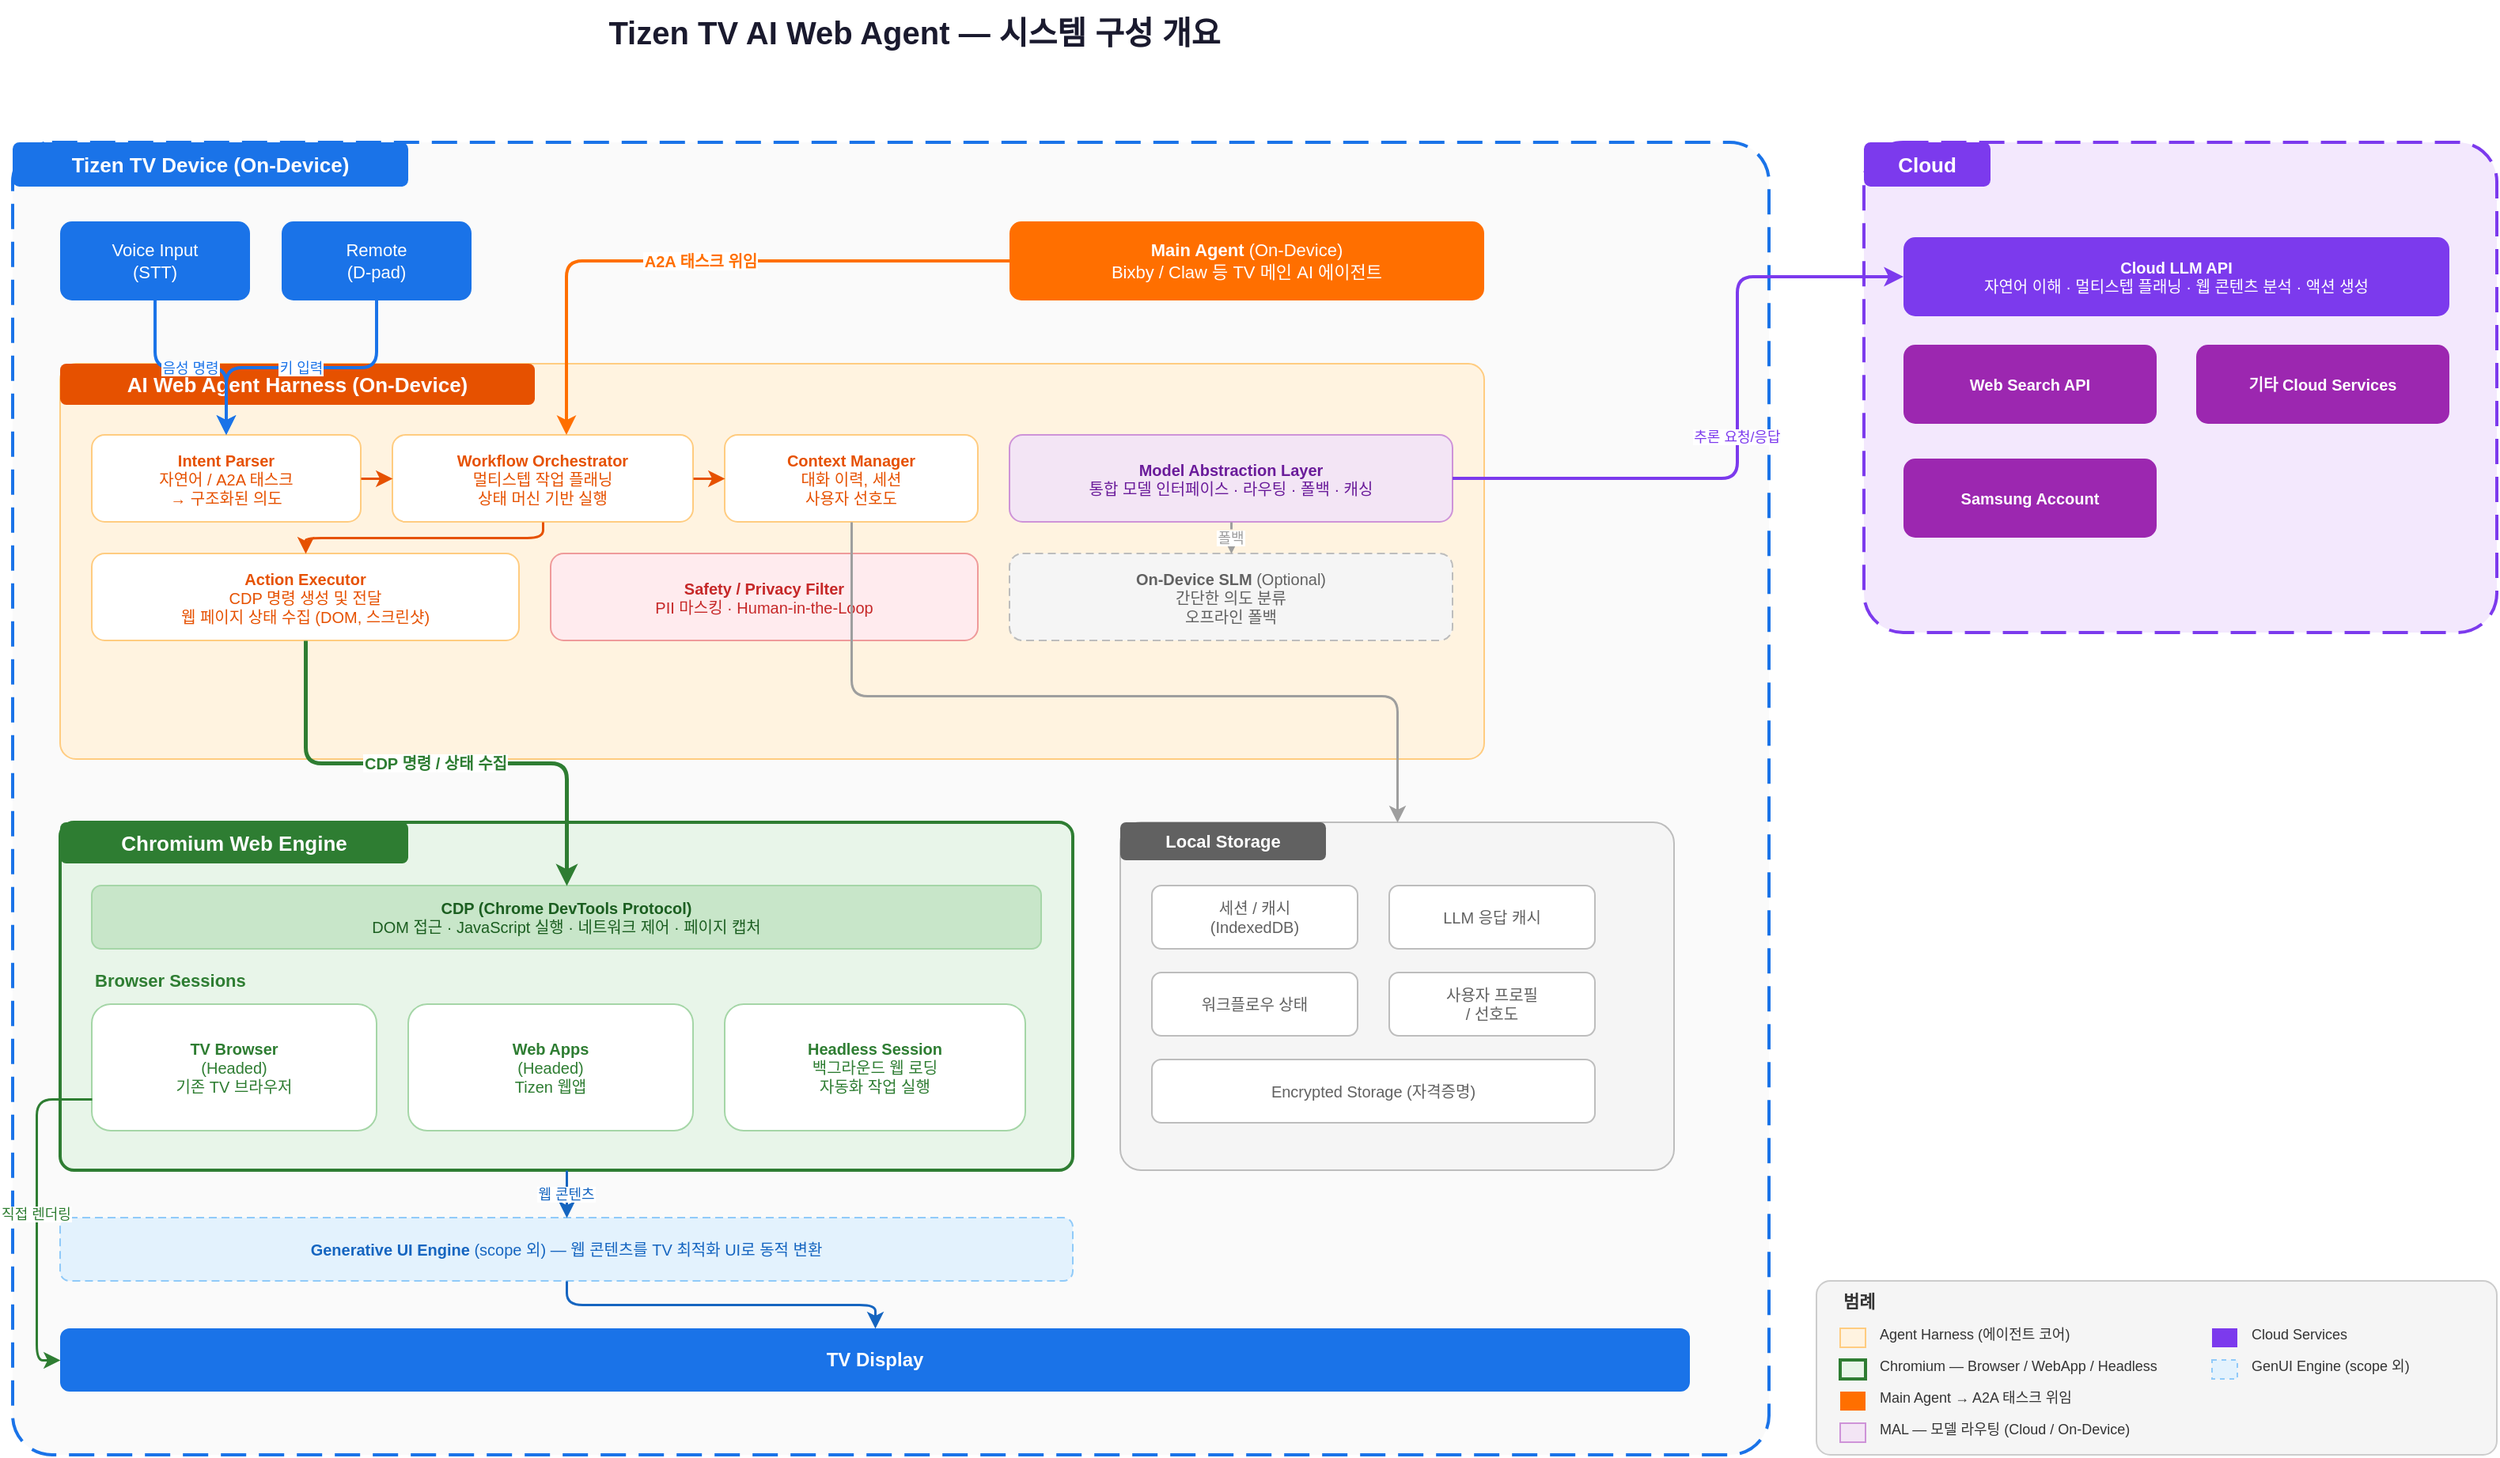
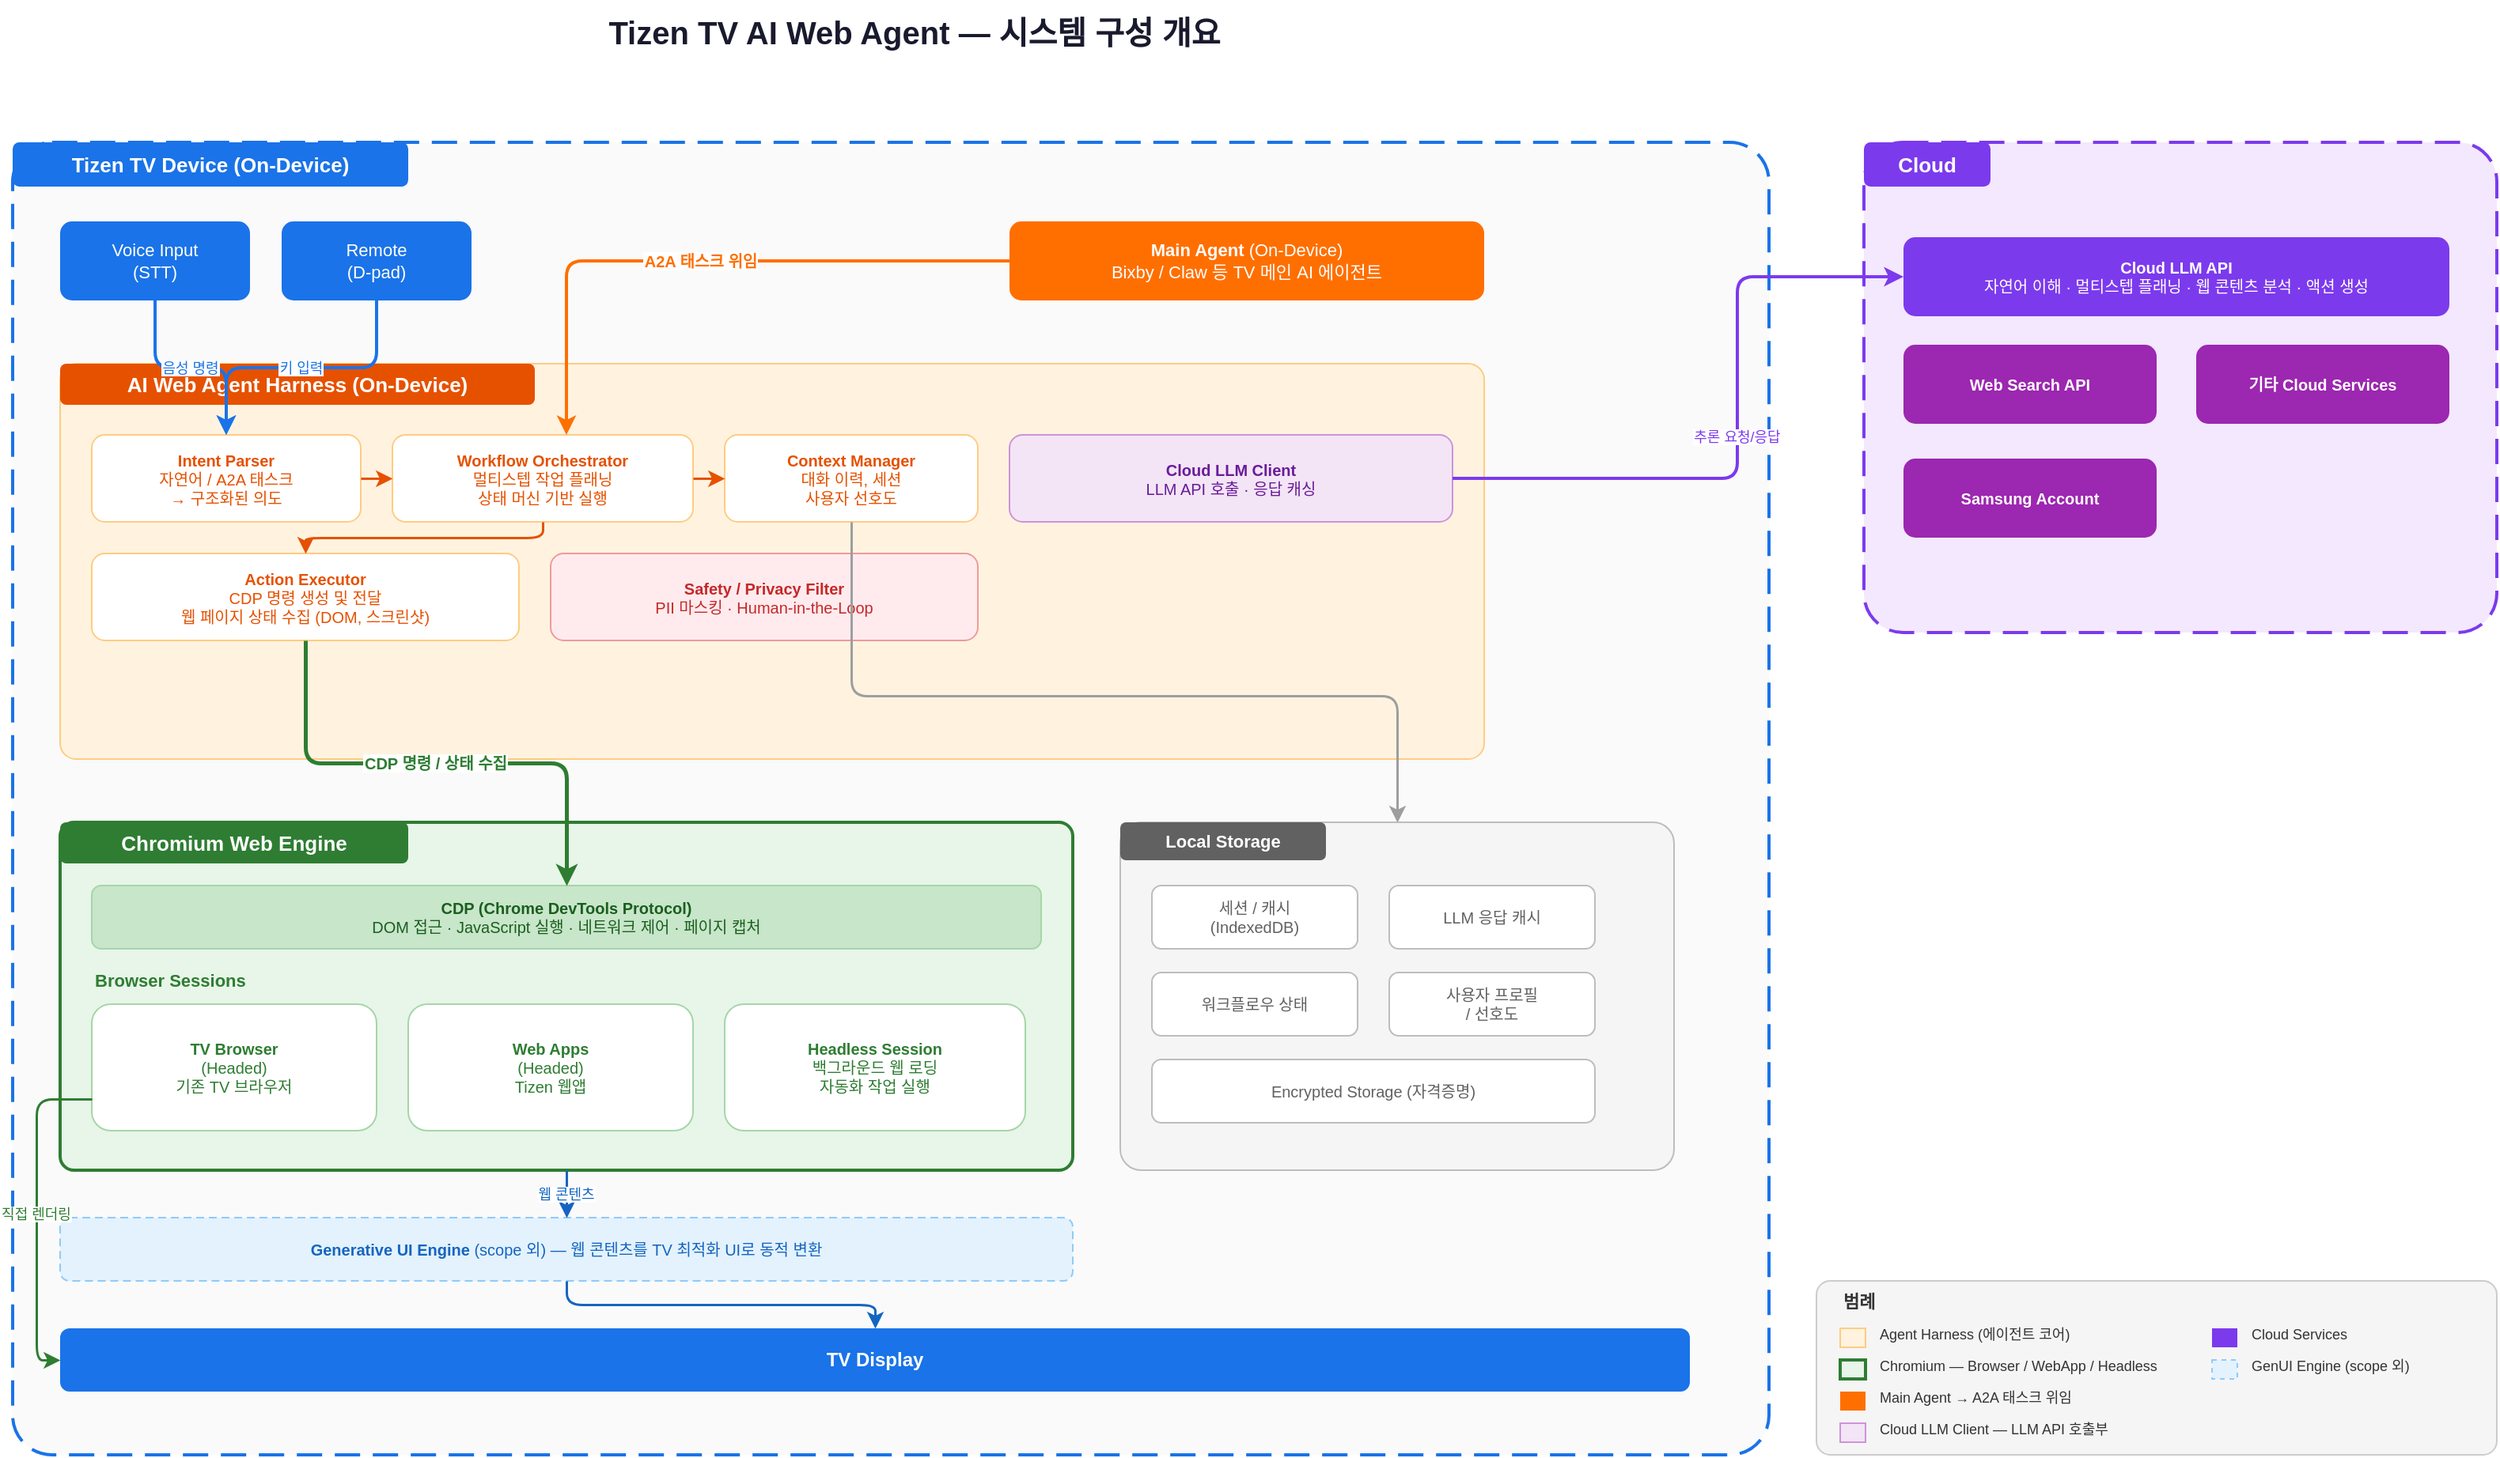
<mxfile host="app.diagrams.net" agent="draw.io">
  <diagram id="system-overview" name="시스템 구성 개요">
    <mxGraphModel dx="1663" dy="1180" grid="1" gridSize="10" guides="1" tooltips="1" connect="1" arrows="1" fold="1" page="1" pageScale="1" pageWidth="1200" pageHeight="1100" math="0" shadow="0">
      <root>
        <mxCell id="0" />
        <mxCell id="1" parent="0" />
        <mxCell id="title" parent="1" style="text;html=1;strokeColor=none;fillColor=none;align=center;verticalAlign=middle;whiteSpace=wrap;fontSize=20;fontStyle=1;fontColor=#1a1a2e;" value="Tizen TV AI Web Agent — 시스템 구성 개요" vertex="1">
          <mxGeometry height="40" width="800" x="200" y="100" as="geometry" />
        </mxCell>
        <mxCell id="cloud_boundary" parent="1" style="rounded=1;whiteSpace=wrap;html=1;fillColor=#f3e8fd;strokeColor=#7c3aed;strokeWidth=2;arcSize=8;dashed=1;dashPattern=8 4;" value="" vertex="1">
          <mxGeometry height="310" width="400" x="1200" y="190" as="geometry" />
        </mxCell>
        <mxCell id="cloud_label" parent="1" style="text;html=1;strokeColor=none;fillColor=#7c3aed;align=center;verticalAlign=middle;whiteSpace=wrap;fontSize=13;fontStyle=1;fontColor=#ffffff;rounded=1;" value="Cloud" vertex="1">
          <mxGeometry height="28" width="80" x="1200" y="190" as="geometry" />
        </mxCell>
        <mxCell id="cloud_llm" parent="1" style="rounded=1;whiteSpace=wrap;html=1;fillColor=#7c3aed;fontColor=#ffffff;strokeColor=none;fontSize=10;align=center;" value="&lt;b&gt;Cloud LLM API&lt;/b&gt;&#xa;자연어 이해 · 멀티스텝 플래닝 · 웹 콘텐츠 분석 · 액션 생성" vertex="1">
          <mxGeometry height="50" width="345" x="1225" y="250" as="geometry" />
        </mxCell>
        <mxCell id="cloud_search" parent="1" style="rounded=1;whiteSpace=wrap;html=1;fillColor=#9c27b0;fontColor=#ffffff;strokeColor=none;fontSize=10;align=center;" value="&lt;b&gt;Web Search API&lt;/b&gt;" vertex="1">
          <mxGeometry height="50" width="160" x="1225" y="318" as="geometry" />
        </mxCell>
        <mxCell id="cloud_account" parent="1" style="rounded=1;whiteSpace=wrap;html=1;fillColor=#9c27b0;fontColor=#ffffff;strokeColor=none;fontSize=10;align=center;" value="&lt;b&gt;Samsung Account&lt;/b&gt;" vertex="1">
          <mxGeometry height="50" width="160" x="1225" y="390" as="geometry" />
        </mxCell>
        <mxCell id="cloud_etc" parent="1" style="rounded=1;whiteSpace=wrap;html=1;fillColor=#9c27b0;fontColor=#ffffff;strokeColor=none;fontSize=10;align=center;" value="&lt;b&gt;기타 Cloud Services&lt;/b&gt;" vertex="1">
          <mxGeometry height="50" width="160" x="1410" y="318" as="geometry" />
        </mxCell>
        <mxCell id="tv_boundary" parent="1" style="rounded=1;whiteSpace=wrap;html=1;fillColor=#fafafa;strokeColor=#1a73e8;strokeWidth=2;arcSize=3;dashed=1;dashPattern=8 4;" value="" vertex="1">
          <mxGeometry height="830" width="1110" x="30" y="190" as="geometry" />
        </mxCell>
        <mxCell id="tv_label" parent="1" style="text;html=1;strokeColor=none;fillColor=#1a73e8;align=center;verticalAlign=middle;whiteSpace=wrap;fontSize=13;fontStyle=1;fontColor=#ffffff;rounded=1;" value="Tizen TV Device (On-Device)" vertex="1">
          <mxGeometry height="28" width="250" x="30" y="190" as="geometry" />
        </mxCell>
        <mxCell id="main_agent" parent="1" style="rounded=1;whiteSpace=wrap;html=1;fillColor=#ff6f00;fontColor=#ffffff;strokeColor=none;fontSize=11;align=center;" value="&lt;b&gt;Main Agent&lt;/b&gt; (On-Device)&#xa;Bixby / Claw 등 TV 메인 AI 에이전트" vertex="1">
          <mxGeometry height="50" width="300" x="660" y="240" as="geometry" />
        </mxCell>
        <mxCell id="voice_input" parent="1" style="rounded=1;whiteSpace=wrap;html=1;fillColor=#1a73e8;fontColor=#ffffff;strokeColor=none;fontSize=11;align=center;" value="Voice Input&#xa;(STT)" vertex="1">
          <mxGeometry height="50" width="120" x="60" y="240" as="geometry" />
        </mxCell>
        <mxCell id="remote_input" parent="1" style="rounded=1;whiteSpace=wrap;html=1;fillColor=#1a73e8;fontColor=#ffffff;strokeColor=none;fontSize=11;align=center;" value="Remote&#xa;(D-pad)" vertex="1">
          <mxGeometry height="50" width="120" x="200" y="240" as="geometry" />
        </mxCell>
        <mxCell id="harness_bg" parent="1" style="rounded=1;whiteSpace=wrap;html=1;fillColor=#fff3e0;strokeColor=#ffcc80;arcSize=4;" value="" vertex="1">
          <mxGeometry height="250" width="900" x="60" y="330" as="geometry" />
        </mxCell>
        <mxCell id="harness_title" parent="1" style="text;html=1;strokeColor=none;fillColor=#e65100;align=center;verticalAlign=middle;whiteSpace=wrap;fontSize=13;fontStyle=1;fontColor=#ffffff;rounded=1;" value="AI Web Agent Harness (On-Device)" vertex="1">
          <mxGeometry height="26" width="300" x="60" y="330" as="geometry" />
        </mxCell>
        <mxCell id="intent_parser" parent="1" style="rounded=1;whiteSpace=wrap;html=1;fillColor=#ffffff;fontColor=#e65100;strokeColor=#ffcc80;fontSize=10;align=center;" value="&lt;b&gt;Intent Parser&lt;/b&gt;&#xa;자연어 / A2A 태스크&#xa;→ 구조화된 의도" vertex="1">
          <mxGeometry height="55" width="170" x="80" y="375" as="geometry" />
        </mxCell>
        <mxCell id="workflow" parent="1" style="rounded=1;whiteSpace=wrap;html=1;fillColor=#ffffff;fontColor=#e65100;strokeColor=#ffcc80;fontSize=10;align=center;" value="&lt;b&gt;Workflow Orchestrator&lt;/b&gt;&#xa;멀티스텝 작업 플래닝&#xa;상태 머신 기반 실행" vertex="1">
          <mxGeometry height="55" width="190" x="270" y="375" as="geometry" />
        </mxCell>
        <mxCell id="context_mgr" parent="1" style="rounded=1;whiteSpace=wrap;html=1;fillColor=#ffffff;fontColor=#e65100;strokeColor=#ffcc80;fontSize=10;align=center;" value="&lt;b&gt;Context Manager&lt;/b&gt;&#xa;대화 이력, 세션&#xa;사용자 선호도" vertex="1">
          <mxGeometry height="55" width="160" x="480" y="375" as="geometry" />
        </mxCell>
        <mxCell id="action_exec" parent="1" style="rounded=1;whiteSpace=wrap;html=1;fillColor=#ffffff;fontColor=#e65100;strokeColor=#ffcc80;fontSize=10;align=center;" value="&lt;b&gt;Action Executor&lt;/b&gt;&#xa;CDP 명령 생성 및 전달&#xa;웹 페이지 상태 수집 (DOM, 스크린샷)" vertex="1">
          <mxGeometry height="55" width="270" x="80" y="450" as="geometry" />
        </mxCell>
        <mxCell id="safety" parent="1" style="rounded=1;whiteSpace=wrap;html=1;fillColor=#ffebee;fontColor=#c62828;strokeColor=#ef9a9a;fontSize=10;align=center;" value="&lt;b&gt;Safety / Privacy Filter&lt;/b&gt;&#xa;PII 마스킹 · Human-in-the-Loop" vertex="1">
          <mxGeometry height="55" width="270" x="370" y="450" as="geometry" />
        </mxCell>
-         <mxCell id="mal" parent="1" style="rounded=1;whiteSpace=wrap;html=1;fillColor=#f3e5f5;fontColor=#6a1b9a;strokeColor=#ce93d8;fontSize=10;align=center;" value="&lt;b&gt;Model Abstraction Layer&lt;/b&gt;&#xa;통합 모델 인터페이스 · 라우팅 · 폴백 · 캐싱" vertex="1">
+         <mxCell id="mal" parent="1" style="rounded=1;whiteSpace=wrap;html=1;fillColor=#f3e5f5;fontColor=#6a1b9a;strokeColor=#ce93d8;fontSize=10;align=center;" value="&lt;b&gt;Cloud LLM Client&lt;/b&gt;&#xa;LLM API 호출 · 응답 캐싱" vertex="1">
          <mxGeometry height="55" width="280" x="660" y="375" as="geometry" />
-         </mxCell>
-         <mxCell id="ondevice_slm" parent="1" style="rounded=1;whiteSpace=wrap;html=1;fillColor=#f5f5f5;fontColor=#616161;strokeColor=#bdbdbd;fontSize=10;align=center;dashed=1;dashPattern=5 3;" value="&lt;b&gt;On-Device SLM&lt;/b&gt; (Optional)&#xa;간단한 의도 분류&#xa;오프라인 폴백" vertex="1">
-           <mxGeometry height="55" width="280" x="660" y="450" as="geometry" />
        </mxCell>
        <mxCell id="arr_ip_wf" edge="1" parent="1" source="intent_parser" style="edgeStyle=orthogonalEdgeStyle;rounded=1;strokeColor=#e65100;strokeWidth=1.5;" target="workflow">
          <mxGeometry relative="1" as="geometry" />
        </mxCell>
        <mxCell id="arr_wf_ctx" edge="1" parent="1" source="workflow" style="edgeStyle=orthogonalEdgeStyle;rounded=1;strokeColor=#e65100;strokeWidth=1.5;" target="context_mgr">
          <mxGeometry relative="1" as="geometry" />
        </mxCell>
        <mxCell id="arr_wf_ae" edge="1" parent="1" source="workflow" style="edgeStyle=orthogonalEdgeStyle;rounded=1;strokeColor=#e65100;strokeWidth=1.5;" target="action_exec">
          <mxGeometry relative="1" as="geometry" />
        </mxCell>
        <mxCell id="chromium_bg" parent="1" style="rounded=1;whiteSpace=wrap;html=1;fillColor=#e8f5e9;strokeColor=#2e7d32;strokeWidth=2;arcSize=4;" value="" vertex="1">
          <mxGeometry height="220" width="640" x="60" y="620" as="geometry" />
        </mxCell>
        <mxCell id="chromium_title" parent="1" style="text;html=1;strokeColor=none;fillColor=#2e7d32;align=center;verticalAlign=middle;whiteSpace=wrap;fontSize=13;fontStyle=1;fontColor=#ffffff;rounded=1;" value="Chromium Web Engine" vertex="1">
          <mxGeometry height="26" width="220" x="60" y="620" as="geometry" />
        </mxCell>
        <mxCell id="cdp_interface" parent="1" style="rounded=1;whiteSpace=wrap;html=1;fillColor=#c8e6c9;fontColor=#1b5e20;strokeColor=#a5d6a7;fontSize=10;align=center;" value="&lt;b&gt;CDP (Chrome DevTools Protocol)&lt;/b&gt;&#xa;DOM 접근 · JavaScript 실행 · 네트워크 제어 · 페이지 캡처" vertex="1">
          <mxGeometry height="40" width="600" x="80" y="660" as="geometry" />
        </mxCell>
        <mxCell id="session_label" parent="1" style="text;html=1;strokeColor=none;fillColor=none;align=left;verticalAlign=middle;whiteSpace=wrap;fontSize=11;fontStyle=1;fontColor=#2e7d32;" value="Browser Sessions" vertex="1">
          <mxGeometry height="20" width="150" x="80" y="710" as="geometry" />
        </mxCell>
        <mxCell id="headed_browser" parent="1" style="rounded=1;whiteSpace=wrap;html=1;fillColor=#ffffff;fontColor=#2e7d32;strokeColor=#a5d6a7;fontSize=10;align=center;" value="&lt;b&gt;TV Browser&lt;/b&gt;&#xa;(Headed)&#xa;기존 TV 브라우저" vertex="1">
          <mxGeometry height="80" width="180" x="80" y="735" as="geometry" />
        </mxCell>
        <mxCell id="webapp_session" parent="1" style="rounded=1;whiteSpace=wrap;html=1;fillColor=#ffffff;fontColor=#2e7d32;strokeColor=#a5d6a7;fontSize=10;align=center;" value="&lt;b&gt;Web Apps&lt;/b&gt;&#xa;(Headed)&#xa;Tizen 웹앱" vertex="1">
          <mxGeometry height="80" width="180" x="280" y="735" as="geometry" />
        </mxCell>
        <mxCell id="headless_session" parent="1" style="rounded=1;whiteSpace=wrap;html=1;fillColor=#ffffff;fontColor=#2e7d32;strokeColor=#a5d6a7;fontSize=10;align=center;" value="&lt;b&gt;Headless Session&lt;/b&gt;&#xa;백그라운드 웹 로딩&#xa;자동화 작업 실행" vertex="1">
          <mxGeometry height="80" width="190" x="480" y="735" as="geometry" />
        </mxCell>
        <mxCell id="storage_bg" parent="1" style="rounded=1;whiteSpace=wrap;html=1;fillColor=#f5f5f5;strokeColor=#bdbdbd;arcSize=6;" value="" vertex="1">
          <mxGeometry height="220" width="350" x="730" y="620" as="geometry" />
        </mxCell>
        <mxCell id="storage_title" parent="1" style="text;html=1;strokeColor=none;fillColor=#616161;align=center;verticalAlign=middle;whiteSpace=wrap;fontSize=11;fontStyle=1;fontColor=#ffffff;rounded=1;" value="Local Storage" vertex="1">
          <mxGeometry height="24" width="130" x="730" y="620" as="geometry" />
        </mxCell>
        <mxCell id="store1" parent="1" style="rounded=1;whiteSpace=wrap;html=1;fillColor=#ffffff;fontColor=#616161;strokeColor=#bdbdbd;fontSize=10;align=center;" value="세션 / 캐시&#xa;(IndexedDB)" vertex="1">
          <mxGeometry height="40" width="130" x="750" y="660" as="geometry" />
        </mxCell>
        <mxCell id="store2" parent="1" style="rounded=1;whiteSpace=wrap;html=1;fillColor=#ffffff;fontColor=#616161;strokeColor=#bdbdbd;fontSize=10;align=center;" value="LLM 응답 캐시" vertex="1">
          <mxGeometry height="40" width="130" x="900" y="660" as="geometry" />
        </mxCell>
        <mxCell id="store3" parent="1" style="rounded=1;whiteSpace=wrap;html=1;fillColor=#ffffff;fontColor=#616161;strokeColor=#bdbdbd;fontSize=10;align=center;" value="워크플로우 상태" vertex="1">
          <mxGeometry height="40" width="130" x="750" y="715" as="geometry" />
        </mxCell>
        <mxCell id="store4" parent="1" style="rounded=1;whiteSpace=wrap;html=1;fillColor=#ffffff;fontColor=#616161;strokeColor=#bdbdbd;fontSize=10;align=center;" value="사용자 프로필&#xa;/ 선호도" vertex="1">
          <mxGeometry height="40" width="130" x="900" y="715" as="geometry" />
        </mxCell>
        <mxCell id="store5" parent="1" style="rounded=1;whiteSpace=wrap;html=1;fillColor=#ffffff;fontColor=#616161;strokeColor=#bdbdbd;fontSize=10;align=center;" value="Encrypted Storage (자격증명)" vertex="1">
          <mxGeometry height="40" width="280" x="750" y="770" as="geometry" />
        </mxCell>
        <mxCell id="genui" parent="1" style="rounded=1;whiteSpace=wrap;html=1;fillColor=#e3f2fd;fontColor=#1565c0;strokeColor=#90caf9;fontSize=10;align=center;dashed=1;dashPattern=5 3;" value="&lt;b&gt;Generative UI Engine&lt;/b&gt; (scope 외) — 웹 콘텐츠를 TV 최적화 UI로 동적 변환" vertex="1">
          <mxGeometry height="40" width="640" x="60" y="870" as="geometry" />
        </mxCell>
        <mxCell id="display" parent="1" style="rounded=1;whiteSpace=wrap;html=1;fillColor=#1a73e8;fontColor=#ffffff;strokeColor=none;fontSize=12;fontStyle=1;align=center;" value="TV Display" vertex="1">
          <mxGeometry height="40" width="1030" x="60" y="940" as="geometry" />
        </mxCell>
        <mxCell id="arr_voice" edge="1" parent="1" source="voice_input" style="edgeStyle=orthogonalEdgeStyle;rounded=1;strokeColor=#1a73e8;strokeWidth=2;fontColor=#1a73e8;fontSize=9;" target="intent_parser" value="음성 명령">
          <mxGeometry relative="1" as="geometry" />
        </mxCell>
        <mxCell id="arr_remote" edge="1" parent="1" source="remote_input" style="edgeStyle=orthogonalEdgeStyle;rounded=1;strokeColor=#1a73e8;strokeWidth=2;fontColor=#1a73e8;fontSize=9;" target="intent_parser" value="키 입력">
          <mxGeometry relative="1" as="geometry" />
        </mxCell>
        <mxCell id="arr_a2a" edge="1" parent="1" source="main_agent" style="edgeStyle=orthogonalEdgeStyle;rounded=1;strokeColor=#ff6f00;strokeWidth=2;fontColor=#ff6f00;fontSize=10;fontStyle=1;" target="workflow" value="A2A 태스크 위임">
          <mxGeometry relative="1" as="geometry">
            <Array as="points">
              <mxPoint x="380" y="265" />
            </Array>
          </mxGeometry>
        </mxCell>
        <mxCell id="arr_agent_cdp" edge="1" parent="1" source="action_exec" style="edgeStyle=orthogonalEdgeStyle;rounded=1;strokeColor=#2e7d32;strokeWidth=2.5;fontColor=#2e7d32;fontSize=10;fontStyle=1;" target="cdp_interface" value="CDP 명령 / 상태 수집">
          <mxGeometry relative="1" as="geometry" />
        </mxCell>
        <mxCell id="arr_mal_cloud" edge="1" parent="1" source="mal" style="edgeStyle=orthogonalEdgeStyle;rounded=1;strokeColor=#7c3aed;strokeWidth=2;fontColor=#7c3aed;fontSize=9;" target="cloud_llm" value="추론 요청/응답">
          <mxGeometry relative="1" as="geometry">
            <Array as="points">
              <mxPoint x="1120" y="402" />
              <mxPoint x="1120" y="275" />
            </Array>
          </mxGeometry>
        </mxCell>
-         <mxCell id="arr_mal_slm" edge="1" parent="1" source="mal" style="edgeStyle=orthogonalEdgeStyle;rounded=1;strokeColor=#9e9e9e;strokeWidth=1.5;dashed=1;fontColor=#9e9e9e;fontSize=9;" target="ondevice_slm" value="폴백">
-           <mxGeometry relative="1" as="geometry" />
-         </mxCell>
        <mxCell id="arr_chromium_genui" edge="1" parent="1" source="chromium_bg" style="edgeStyle=orthogonalEdgeStyle;rounded=1;strokeColor=#1565c0;strokeWidth=1.5;fontColor=#1565c0;fontSize=9;" target="genui" value="웹 콘텐츠">
          <mxGeometry relative="1" as="geometry" />
        </mxCell>
        <mxCell id="arr_genui_display" edge="1" parent="1" source="genui" style="edgeStyle=orthogonalEdgeStyle;rounded=1;strokeColor=#1565c0;strokeWidth=1.5;" target="display" value="">
          <mxGeometry relative="1" as="geometry" />
        </mxCell>
        <mxCell id="arr_headed_display" edge="1" parent="1" source="headed_browser" style="edgeStyle=orthogonalEdgeStyle;rounded=1;strokeColor=#2e7d32;strokeWidth=1.5;fontColor=#2e7d32;fontSize=9;exitX=0;exitY=0.75;exitDx=0;exitDy=0;" target="display" value="직접 렌더링">
          <mxGeometry relative="1" as="geometry">
            <Array as="points">
              <mxPoint x="45" y="795" />
              <mxPoint x="45" y="960" />
            </Array>
          </mxGeometry>
        </mxCell>
        <mxCell id="arr_ctx_storage" edge="1" parent="1" source="context_mgr" style="edgeStyle=orthogonalEdgeStyle;rounded=1;strokeColor=#9e9e9e;strokeWidth=1.5;" target="storage_bg" value="">
          <mxGeometry relative="1" as="geometry">
            <Array as="points">
              <mxPoint x="560" y="540" />
              <mxPoint x="905" y="540" />
            </Array>
          </mxGeometry>
        </mxCell>
        <mxCell id="legend_bg" parent="1" style="rounded=1;whiteSpace=wrap;html=1;fillColor=#f5f5f5;strokeColor=#cccccc;arcSize=8;" value="" vertex="1">
          <mxGeometry height="110" width="430" x="1170" y="910" as="geometry" />
        </mxCell>
        <mxCell id="legend_title" parent="1" style="text;html=1;strokeColor=none;fillColor=none;align=left;verticalAlign=middle;whiteSpace=wrap;fontSize=11;fontStyle=1;fontColor=#333333;" value="범례" vertex="1">
          <mxGeometry height="20" width="60" x="1185" y="913" as="geometry" />
        </mxCell>
        <mxCell id="leg1" parent="1" style="rounded=0;whiteSpace=wrap;html=1;fillColor=#fff3e0;strokeColor=#ffcc80;" value="" vertex="1">
          <mxGeometry height="12" width="16" x="1185" y="940" as="geometry" />
        </mxCell>
        <mxCell id="leg1_t" parent="1" style="text;html=1;strokeColor=none;fillColor=none;align=left;verticalAlign=middle;whiteSpace=wrap;fontSize=9;fontColor=#333333;" value="Agent Harness (에이전트 코어)" vertex="1">
          <mxGeometry height="18" width="180" x="1208" y="935" as="geometry" />
        </mxCell>
        <mxCell id="leg2" parent="1" style="rounded=0;whiteSpace=wrap;html=1;fillColor=#e8f5e9;strokeColor=#2e7d32;strokeWidth=2;" value="" vertex="1">
          <mxGeometry height="12" width="16" x="1185" y="960" as="geometry" />
        </mxCell>
        <mxCell id="leg2_t" parent="1" style="text;html=1;strokeColor=none;fillColor=none;align=left;verticalAlign=middle;whiteSpace=wrap;fontSize=9;fontColor=#333333;" value="Chromium — Browser / WebApp / Headless" vertex="1">
          <mxGeometry height="18" width="220" x="1208" y="955" as="geometry" />
        </mxCell>
        <mxCell id="leg3" parent="1" style="rounded=0;whiteSpace=wrap;html=1;fillColor=#ff6f00;strokeColor=none;" value="" vertex="1">
          <mxGeometry height="12" width="16" x="1185" y="980" as="geometry" />
        </mxCell>
        <mxCell id="leg3_t" parent="1" style="text;html=1;strokeColor=none;fillColor=none;align=left;verticalAlign=middle;whiteSpace=wrap;fontSize=9;fontColor=#333333;" value="Main Agent → A2A 태스크 위임" vertex="1">
          <mxGeometry height="18" width="180" x="1208" y="975" as="geometry" />
        </mxCell>
        <mxCell id="leg4" parent="1" style="rounded=0;whiteSpace=wrap;html=1;fillColor=#f3e5f5;strokeColor=#ce93d8;" value="" vertex="1">
          <mxGeometry height="12" width="16" x="1185" y="1000" as="geometry" />
        </mxCell>
-         <mxCell id="leg4_t" parent="1" style="text;html=1;strokeColor=none;fillColor=none;align=left;verticalAlign=middle;whiteSpace=wrap;fontSize=9;fontColor=#333333;" value="MAL — 모델 라우팅 (Cloud / On-Device)" vertex="1">
+         <mxCell id="leg4_t" parent="1" style="text;html=1;strokeColor=none;fillColor=none;align=left;verticalAlign=middle;whiteSpace=wrap;fontSize=9;fontColor=#333333;" value="Cloud LLM Client — LLM API 호출부" vertex="1">
          <mxGeometry height="18" width="220" x="1208" y="995" as="geometry" />
        </mxCell>
        <mxCell id="leg5" parent="1" style="rounded=0;whiteSpace=wrap;html=1;fillColor=#7c3aed;strokeColor=none;" value="" vertex="1">
          <mxGeometry height="12" width="16" x="1420" y="940" as="geometry" />
        </mxCell>
        <mxCell id="leg5_t" parent="1" style="text;html=1;strokeColor=none;fillColor=none;align=left;verticalAlign=middle;whiteSpace=wrap;fontSize=9;fontColor=#333333;" value="Cloud Services" vertex="1">
          <mxGeometry height="18" width="100" x="1443" y="935" as="geometry" />
        </mxCell>
        <mxCell id="leg6" parent="1" style="rounded=0;whiteSpace=wrap;html=1;fillColor=#e3f2fd;strokeColor=#90caf9;dashed=1;" value="" vertex="1">
          <mxGeometry height="12" width="16" x="1420" y="960" as="geometry" />
        </mxCell>
        <mxCell id="leg6_t" parent="1" style="text;html=1;strokeColor=none;fillColor=none;align=left;verticalAlign=middle;whiteSpace=wrap;fontSize=9;fontColor=#333333;" value="GenUI Engine (scope 외)" vertex="1">
          <mxGeometry height="18" width="140" x="1443" y="955" as="geometry" />
        </mxCell>
      </root>
    </mxGraphModel>
  </diagram>
</mxfile>
